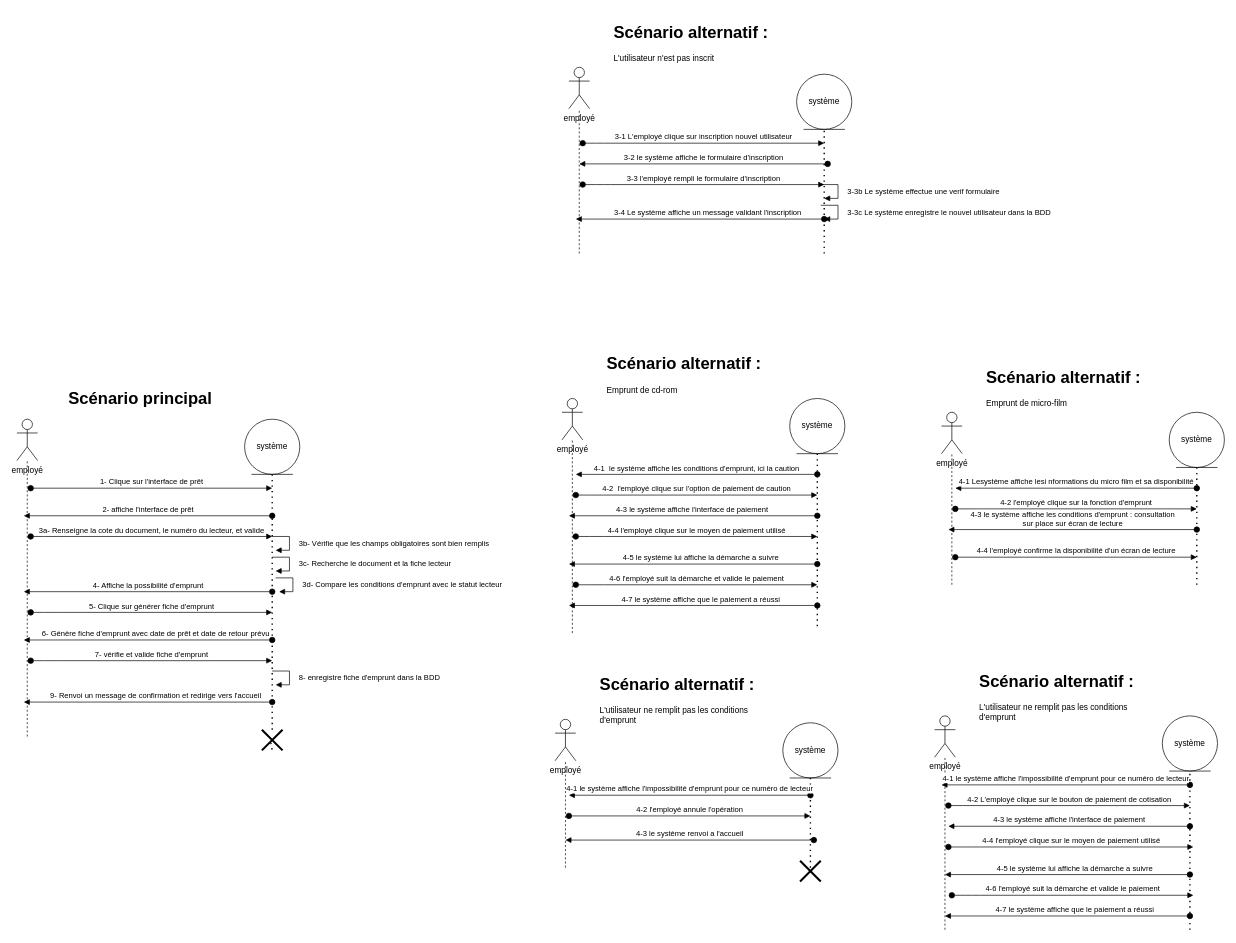
This is page "diagrammes de séquences" (2 of 4) of CDA/UML mediatheque.drawio from AlexandreLourencinho/afpa, a draw.io file, before an edit. Source tidied: cells renumbered, new cells numbered last; positions are measured from the earlier drawing's top-left corner, leaving out a move shared by most shapes. Both pictures are drawn from the tidied source at 69%, with x=0, y=0 at pixel (17, 19).
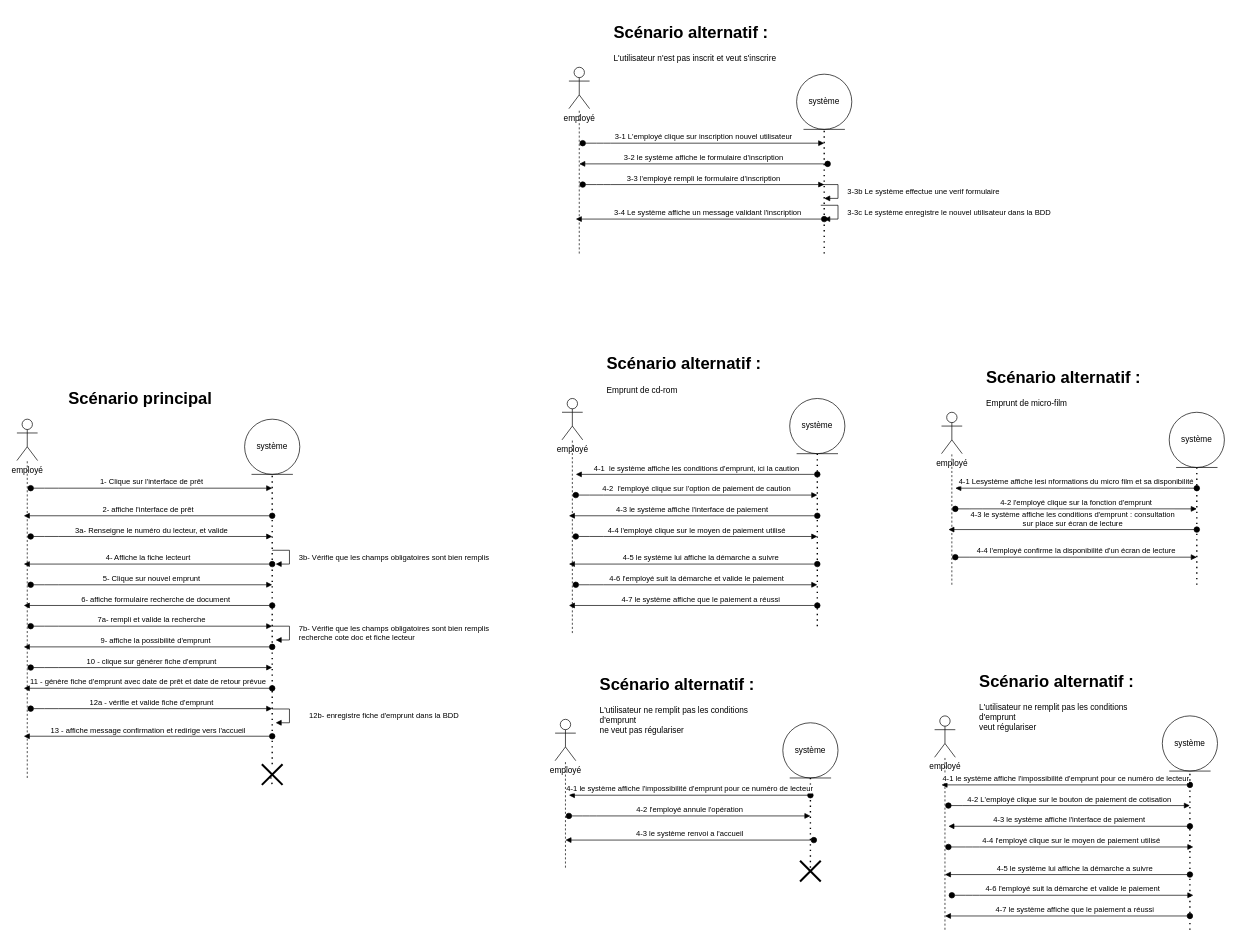
After the change.

The change refers to these unchanged cells:
```xml
<mxCell id="2" value="employé" style="shape=umlActor;verticalLabelPosition=bottom;verticalAlign=top;html=1;outlineConnect=0;" parent="1" vertex="1">
  <mxGeometry y="580" width="30" height="60" as="geometry" />
</mxCell>
```

The edit, as a diff of the source:
```diff
@@
     <mxCell id="4" style="endArrow=none;dashed=1;html=1;" parent="1" edge="1" target="2">
       <mxGeometry relative="1" as="geometry">
-        <mxPoint x="15" y="1040" as="sourcePoint" />
+        <mxPoint x="15" y="1100" as="sourcePoint" />
       </mxGeometry>
     </mxCell>
@@
-    <mxCell id="7" value="3a- Renseigne la cote du document, le numéro du lecteur, et valide" style="html=1;verticalAlign=bottom;startArrow=oval;startFill=1;endArrow=block;startSize=8;" parent="1" edge="1">
+    <mxCell id="7" value="3a- Renseigne le numéro du lecteur, et valide" style="html=1;verticalAlign=bottom;startArrow=oval;startFill=1;endArrow=block;startSize=8;" parent="1" edge="1">
       <mxGeometry relative="1" as="geometry">
         <mxPoint x="20" y="750" as="sourcePoint" />
         <mxPoint x="370" y="750" as="targetPoint" />
         <Array as="points">
           <mxPoint x="50" y="750" />
         </Array>
       </mxGeometry>
     </mxCell>
-    <mxCell id="8" value="4- Affiche la possibilité d'emprunt" style="html=1;verticalAlign=bottom;startArrow=oval;startFill=1;endArrow=block;startSize=8;" parent="1" edge="1">
+    <mxCell id="8" value="4- Affiche la fiche lecteurt" style="html=1;verticalAlign=bottom;startArrow=oval;startFill=1;endArrow=block;startSize=8;" parent="1" edge="1">
       <mxGeometry relative="1" as="geometry">
-        <mxPoint x="370" y="830" as="sourcePoint" />
-        <mxPoint x="10" y="830" as="targetPoint" />
+        <mxPoint x="370" y="790" as="sourcePoint" />
+        <mxPoint x="10" y="790" as="targetPoint" />
       </mxGeometry>
     </mxCell>
-    <mxCell id="9" value="3d- Compare les conditions d'emprunt avec le statut lecteur" style="edgeStyle=orthogonalEdgeStyle;html=1;align=left;spacingLeft=2;endArrow=block;rounded=0;entryX=1;entryY=0;" parent="1" edge="1">
-      <mxGeometry x="0.08" y="10" relative="1" as="geometry">
-        <mxPoint x="375" y="810" as="sourcePoint" />
-        <mxPoint x="380" y="830" as="targetPoint" />
-        <Array as="points">
-          <mxPoint x="400" y="810" />
-        </Array>
-      </mxGeometry>
-    </mxCell>
-    <mxCell id="10" value="5- Clique sur générer fiche d'emprunt" style="html=1;verticalAlign=bottom;startArrow=oval;startFill=1;endArrow=block;startSize=8;" parent="1" edge="1">
+    <mxCell id="10" value="5- Clique sur nouvel emprunt" style="html=1;verticalAlign=bottom;startArrow=oval;startFill=1;endArrow=block;startSize=8;" parent="1" edge="1">
       <mxGeometry relative="1" as="geometry">
-        <mxPoint x="20" y="860" as="sourcePoint" />
-        <mxPoint x="370" y="860" as="targetPoint" />
+        <mxPoint x="20" y="820" as="sourcePoint" />
+        <mxPoint x="370" y="820" as="targetPoint" />
         <Array as="points">
-          <mxPoint x="50" y="860" />
+          <mxPoint x="50" y="820" />
         </Array>
       </mxGeometry>
     </mxCell>
-    <mxCell id="11" value="6- Génère fiche d'emprunt avec date de prêt et date de retour prévu" style="html=1;verticalAlign=bottom;startArrow=oval;startFill=1;endArrow=block;startSize=8;" parent="1" edge="1">
+    <mxCell id="11" value="6- affiche formulaire recherche de document" style="html=1;verticalAlign=bottom;startArrow=oval;startFill=1;endArrow=block;startSize=8;" parent="1" edge="1">
       <mxGeometry x="-0.06" relative="1" as="geometry">
-        <mxPoint x="370" y="900" as="sourcePoint" />
-        <mxPoint x="10" y="900" as="targetPoint" />
+        <mxPoint x="370" y="850" as="sourcePoint" />
+        <mxPoint x="10" y="850" as="targetPoint" />
       </mxGeometry>
     </mxCell>
-    <mxCell id="12" value="7- vérifie et valide fiche d'emprunt" style="html=1;verticalAlign=bottom;startArrow=oval;startFill=1;endArrow=block;startSize=8;" parent="1" edge="1">
+    <mxCell id="12" value="7a- rempli et valide la recherche" style="html=1;verticalAlign=bottom;startArrow=oval;startFill=1;endArrow=block;startSize=8;" parent="1" edge="1">
       <mxGeometry relative="1" as="geometry">
-        <mxPoint x="20" y="930" as="sourcePoint" />
-        <mxPoint x="370" y="930" as="targetPoint" />
+        <mxPoint x="20" y="880" as="sourcePoint" />
+        <mxPoint x="370" y="880" as="targetPoint" />
         <Array as="points">
-          <mxPoint x="50" y="930" />
+          <mxPoint x="50" y="880" />
         </Array>
       </mxGeometry>
     </mxCell>
-    <mxCell id="13" value="8- enregistre fiche d'emprunt dans la BDD" style="edgeStyle=orthogonalEdgeStyle;html=1;align=left;spacingLeft=2;endArrow=block;rounded=0;entryX=1;entryY=0;" parent="1" edge="1">
-      <mxGeometry x="0.08" y="10" relative="1" as="geometry">
-        <mxPoint x="370" y="945" as="sourcePoint" />
-        <mxPoint x="375" y="965" as="targetPoint" />
+    <mxCell id="13" value="12b- enregistre fiche d'emprunt dans la BDD" style="edgeStyle=orthogonalEdgeStyle;html=1;align=left;spacingLeft=2;endArrow=block;rounded=0;entryX=1;entryY=0;" parent="1" edge="1">
+      <mxGeometry x="0.08" y="25" relative="1" as="geometry">
+        <mxPoint x="370" y="1000" as="sourcePoint" />
+        <mxPoint x="375" y="1020" as="targetPoint" />
         <Array as="points">
-          <mxPoint x="395" y="945" />
+          <mxPoint x="395" y="1000" />
+          <mxPoint x="395" y="1020" />
         </Array>
       </mxGeometry>
     </mxCell>
-    <mxCell id="14" value="9- Renvoi un message de confirmation et redirige vers l'accueil" style="html=1;verticalAlign=bottom;startArrow=oval;startFill=1;endArrow=block;startSize=8;" parent="1" edge="1">
+    <mxCell id="14" value="9- affiche la possibilité d'emprunt" style="html=1;verticalAlign=bottom;startArrow=oval;startFill=1;endArrow=block;startSize=8;" parent="1" edge="1">
       <mxGeometry x="-0.06" relative="1" as="geometry">
-        <mxPoint x="370" y="990" as="sourcePoint" />
-        <mxPoint x="10" y="990" as="targetPoint" />
+        <mxPoint x="370" y="910" as="sourcePoint" />
+        <mxPoint x="10" y="910" as="targetPoint" />
       </mxGeometry>
     </mxCell>
@@
     <mxCell id="27" value="3b- Vérifie que les champs obligatoires sont bien remplis" style="edgeStyle=orthogonalEdgeStyle;html=1;align=left;spacingLeft=2;endArrow=block;rounded=0;entryX=1;entryY=0;" parent="1" edge="1">
       <mxGeometry x="0.08" y="10" relative="1" as="geometry">
-        <mxPoint x="370" y="750" as="sourcePoint" />
-        <mxPoint x="375" y="770" as="targetPoint" />
+        <mxPoint x="370" y="770" as="sourcePoint" />
+        <mxPoint x="375" y="790" as="targetPoint" />
         <Array as="points">
-          <mxPoint x="395" y="750" />
+          <mxPoint x="395" y="770" />
         </Array>
       </mxGeometry>
     </mxCell>
-    <mxCell id="28" value="3c- Recherche le document et la fiche lecteur" style="edgeStyle=orthogonalEdgeStyle;html=1;align=left;spacingLeft=2;endArrow=block;rounded=0;entryX=1;entryY=0;" parent="1" edge="1">
-      <mxGeometry x="0.08" y="10" relative="1" as="geometry">
-        <mxPoint x="370" y="780" as="sourcePoint" />
-        <mxPoint x="375" y="800" as="targetPoint" />
-        <Array as="points">
-          <mxPoint x="395" y="780" />
-        </Array>
-      </mxGeometry>
-    </mxCell>
     <mxCell id="29" style="shape=umlDestroy;whiteSpace=wrap;html=1;strokeWidth=3;" parent="1" vertex="1">
-      <mxGeometry x="355" y="1030" width="30" height="30" as="geometry" />
+      <mxGeometry x="355" y="1080" width="30" height="30" as="geometry" />
     </mxCell>
@@
-    <mxCell id="45" value="&lt;h1&gt;Scénario alternatif :&lt;/h1&gt;&lt;div&gt;L'utilisateur ne remplit pas les conditions d'emprunt&lt;/div&gt;" style="text;html=1;strokeColor=none;fillColor=none;spacing=5;spacingTop=-20;whiteSpace=wrap;overflow=hidden;rounded=0;" parent="1" vertex="1">
+    <mxCell id="45" value="&lt;h1&gt;Scénario alternatif :&lt;/h1&gt;&lt;div&gt;L'utilisateur ne remplit pas les conditions d'emprunt&lt;/div&gt;&lt;div&gt;ne veut pas régulariser&lt;/div&gt;" style="text;html=1;strokeColor=none;fillColor=none;spacing=5;spacingTop=-20;whiteSpace=wrap;overflow=hidden;rounded=0;" parent="1" vertex="1">
       <mxGeometry x="840" y="945" width="270" height="120" as="geometry" />
     </mxCell>
@@
-    <mxCell id="53" value="&lt;h1&gt;Scénario alternatif :&lt;/h1&gt;&lt;div&gt;L'utilisateur ne remplit pas les conditions d'emprunt&lt;/div&gt;" style="text;html=1;strokeColor=none;fillColor=none;spacing=5;spacingTop=-20;whiteSpace=wrap;overflow=hidden;rounded=0;" parent="1" vertex="1">
+    <mxCell id="53" value="&lt;h1&gt;Scénario alternatif :&lt;/h1&gt;&lt;div&gt;L'utilisateur ne remplit pas les conditions d'emprunt&lt;/div&gt;&lt;div&gt;veut régulariser&lt;/div&gt;" style="text;html=1;strokeColor=none;fillColor=none;spacing=5;spacingTop=-20;whiteSpace=wrap;overflow=hidden;rounded=0;" parent="1" vertex="1">
       <mxGeometry x="1390" y="940" width="270" height="120" as="geometry" />
     </mxCell>
@@
-    <mxCell id="65" value="&lt;h1&gt;Scénario alternatif :&amp;nbsp;&lt;/h1&gt;&lt;div&gt;L'utilisateur n'est pas inscrit&lt;/div&gt;" style="text;html=1;strokeColor=none;fillColor=none;spacing=5;spacingTop=-20;whiteSpace=wrap;overflow=hidden;rounded=0;" parent="1" vertex="1">
+    <mxCell id="65" value="&lt;h1&gt;Scénario alternatif :&amp;nbsp;&lt;/h1&gt;&lt;div&gt;L'utilisateur n'est pas inscrit et veut s'inscrire&lt;/div&gt;" style="text;html=1;strokeColor=none;fillColor=none;spacing=5;spacingTop=-20;whiteSpace=wrap;overflow=hidden;rounded=0;" parent="1" vertex="1">
       <mxGeometry x="860" width="270" height="120" as="geometry" />
     </mxCell>
@@
+    <mxCell id="74" value="7b- Vérifie que les champs obligatoires sont bien remplis&lt;br&gt;recherche cote doc et fiche lecteur" style="edgeStyle=orthogonalEdgeStyle;html=1;align=left;spacingLeft=2;endArrow=block;rounded=0;entryX=1;entryY=0;" parent="1" edge="1">
+      <mxGeometry x="0.08" y="10" relative="1" as="geometry">
+        <mxPoint x="370" y="880" as="sourcePoint" />
+        <mxPoint x="375" y="900" as="targetPoint" />
+        <Array as="points">
+          <mxPoint x="395" y="880" />
+        </Array>
+      </mxGeometry>
+    </mxCell>
+    <mxCell id="75" value="10 - clique sur générer fiche d'emprunt" style="html=1;verticalAlign=bottom;startArrow=oval;startFill=1;endArrow=block;startSize=8;" parent="1" edge="1">
+      <mxGeometry relative="1" as="geometry">
+        <mxPoint x="20" y="940" as="sourcePoint" />
+        <mxPoint x="370" y="940" as="targetPoint" />
+        <Array as="points">
+          <mxPoint x="50" y="940" />
+        </Array>
+      </mxGeometry>
+    </mxCell>
+    <mxCell id="76" value="11 - génère fiche d'emprunt avec date de prêt et date de retour prévue" style="html=1;verticalAlign=bottom;startArrow=oval;startFill=1;endArrow=block;startSize=8;" parent="1" edge="1">
+      <mxGeometry relative="1" as="geometry">
+        <mxPoint x="370" y="970" as="sourcePoint" />
+        <mxPoint x="10" y="970" as="targetPoint" />
+      </mxGeometry>
+    </mxCell>
+    <mxCell id="77" value="12a - vérifie et valide fiche d'emprunt" style="html=1;verticalAlign=bottom;startArrow=oval;startFill=1;endArrow=block;startSize=8;" parent="1" edge="1">
+      <mxGeometry relative="1" as="geometry">
+        <mxPoint x="20" y="999.5" as="sourcePoint" />
+        <mxPoint x="370" y="999.5" as="targetPoint" />
+        <Array as="points">
+          <mxPoint x="50" y="999.5" />
+        </Array>
+      </mxGeometry>
+    </mxCell>
+    <mxCell id="78" value="13 - affiche message confirmation et redirige vers l'accueil" style="html=1;verticalAlign=bottom;startArrow=oval;startFill=1;endArrow=block;startSize=8;" parent="1" edge="1">
+      <mxGeometry relative="1" as="geometry">
+        <mxPoint x="370" y="1039.5" as="sourcePoint" />
+        <mxPoint x="10" y="1039.5" as="targetPoint" />
+      </mxGeometry>
+    </mxCell>
```
